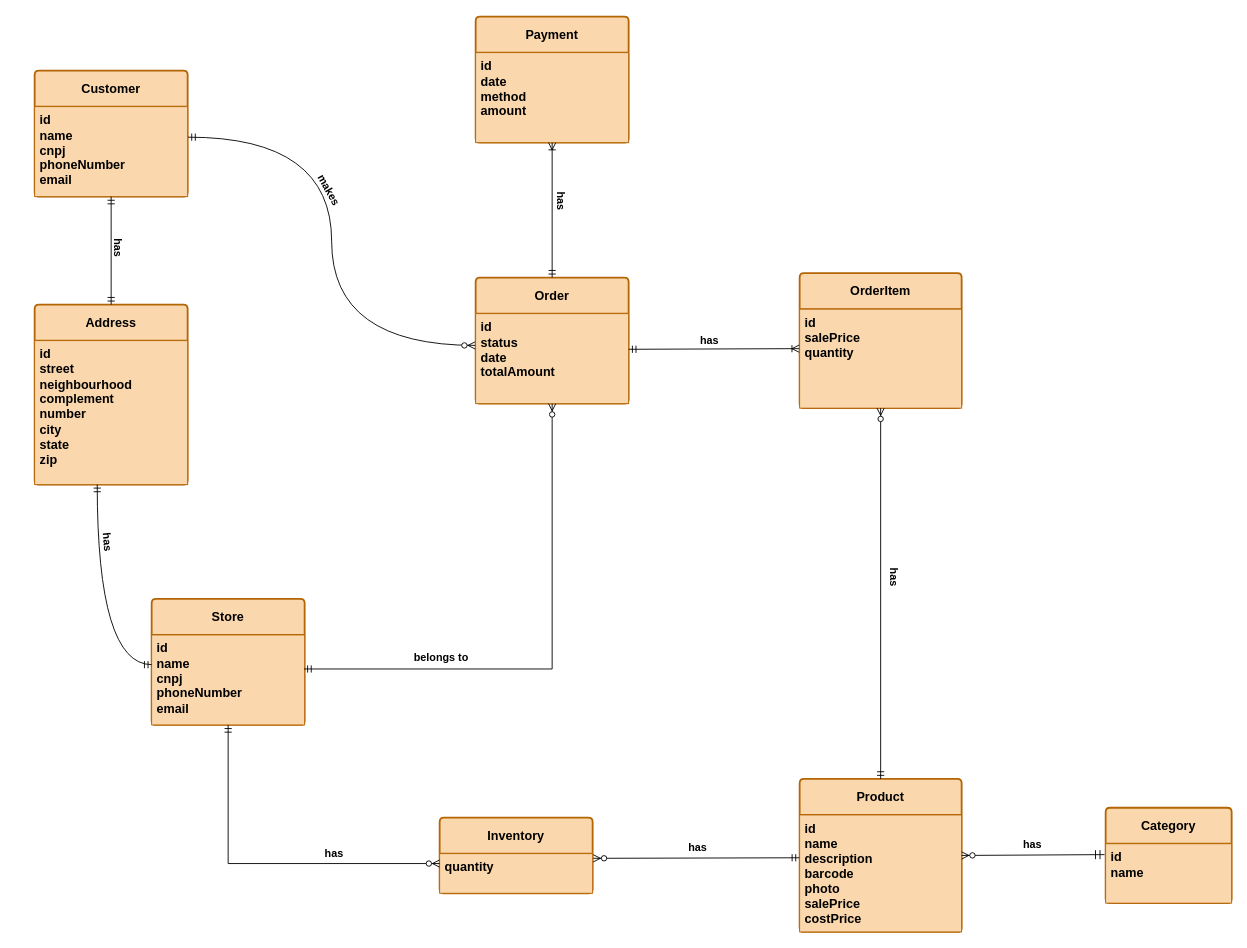
This is database/ER Diagram/logical_data_model/logical_data_model.drawio from lucasferreira09/Store_Management_System, a draw.io file, before an edit. Source tidied: cells renumbered, new cells numbered last; positions are measured from the earlier drawing's top-left corner, leaving out a move shared by most shapes. Both pictures are drawn from the tidied source at 90%, with x=0, y=0 at pixel (34, 16).
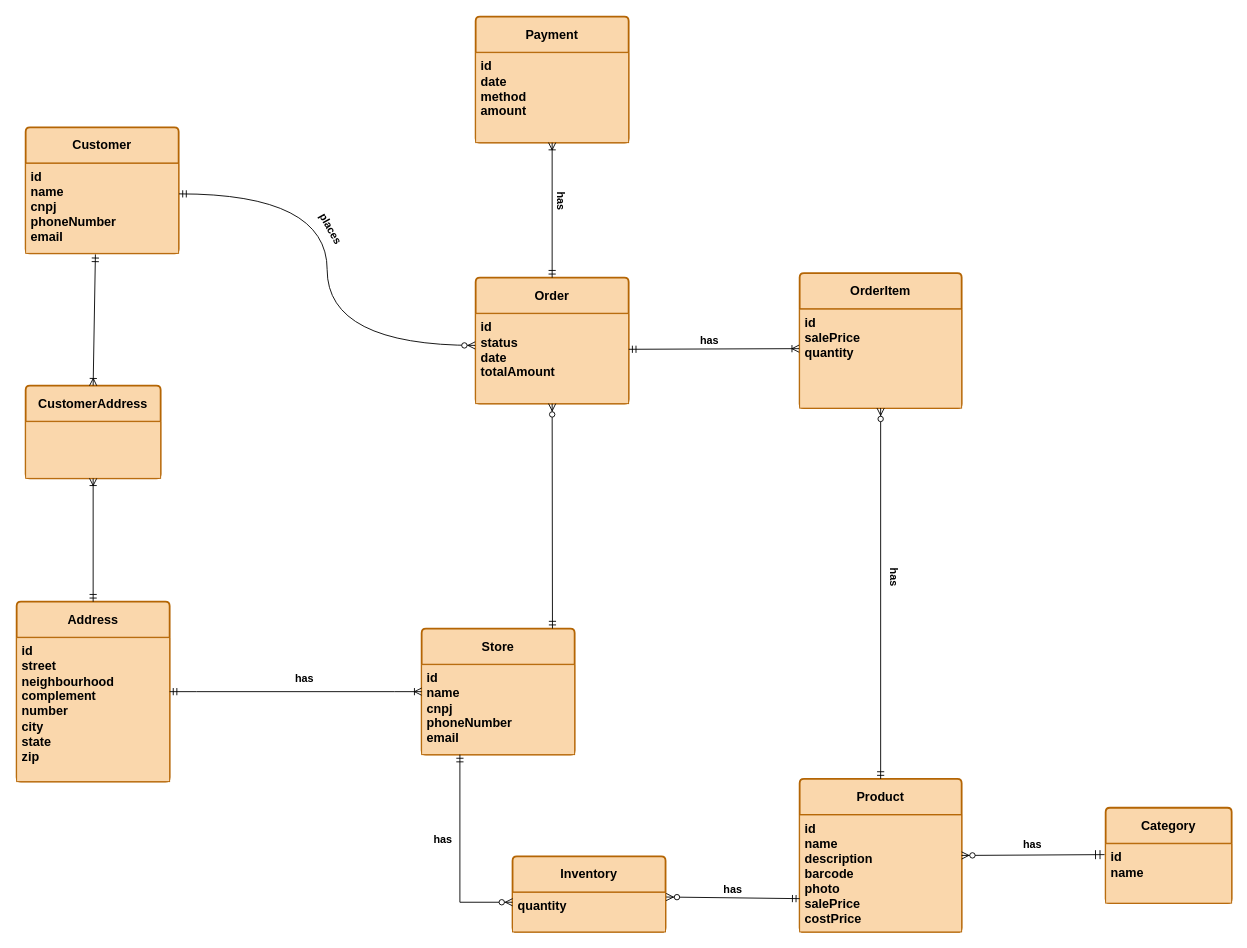
The same diagram, later.

The change refers to these unchanged cells:
```xml
<mxCell id="3" value="id&lt;br&gt;name&lt;div&gt;cnpj&lt;/div&gt;&lt;div&gt;phoneNumber&lt;/div&gt;&lt;div&gt;email&lt;/div&gt;" style="align=left;spacingLeft=4;spacingRight=4;fontSize=14;verticalAlign=top;html=1;whiteSpace=wrap;fontStyle=1;labelBackgroundColor=none;fillColor=#fad7ac;strokeColor=#b46504;" parent="2" vertex="1">
  <mxGeometry y="40" width="170" height="100" as="geometry" />
</mxCell>
<mxCell id="5" value="id&lt;br&gt;street&lt;div&gt;neighbourhood&lt;/div&gt;&lt;div&gt;complement&lt;/div&gt;&lt;div&gt;number&lt;/div&gt;&lt;div&gt;city&lt;/div&gt;&lt;div&gt;state&lt;/div&gt;&lt;div&gt;zip&lt;/div&gt;" style="align=left;spacingLeft=4;spacingRight=4;fontSize=14;verticalAlign=top;html=1;whiteSpace=wrap;fontStyle=1;fillColor=#fad7ac;strokeColor=#b46504;" parent="4" vertex="1">
  <mxGeometry y="40" width="170" height="160" as="geometry" />
</mxCell>
<mxCell id="7" value="id&lt;br&gt;name&lt;div&gt;cnpj&lt;/div&gt;&lt;div&gt;phoneNumber&lt;/div&gt;&lt;div&gt;email&lt;/div&gt;" style="align=left;spacingLeft=4;spacingRight=4;fontSize=14;verticalAlign=top;html=1;whiteSpace=wrap;fontStyle=1;fillColor=#fad7ac;strokeColor=#b46504;" parent="6" vertex="1">
  <mxGeometry y="40" width="170" height="100" as="geometry" />
</mxCell>
<mxCell id="10" value="Order" style="swimlane;horizontal=1;startSize=40;rounded=1;fontSize=14;fontStyle=1;strokeWidth=2;shadow=0;dashed=0;align=center;arcSize=4;whiteSpace=wrap;html=1;fillStyle=auto;fontFamily=Helvetica;fillColor=#fad7ac;strokeColor=#b46504;" parent="1" vertex="1">
  <mxGeometry x="490" y="290" width="170" height="140" as="geometry" />
</mxCell>
<mxCell id="15" value="&lt;div&gt;&lt;span style=&quot;background-color: transparent; color: light-dark(rgb(0, 0, 0), rgb(255, 255, 255));&quot;&gt;quantity&lt;/span&gt;&lt;/div&gt;&lt;div&gt;&lt;br&gt;&lt;/div&gt;" style="align=left;spacingLeft=4;spacingRight=4;fontSize=14;verticalAlign=top;html=1;whiteSpace=wrap;fontStyle=1;fillColor=#fad7ac;strokeColor=#b46504;" parent="14" vertex="1">
  <mxGeometry y="40" width="170" height="44" as="geometry" />
</mxCell>
<mxCell id="17" value="&lt;div&gt;id&lt;/div&gt;&lt;div&gt;name&lt;/div&gt;&lt;div&gt;description&lt;/div&gt;&lt;div&gt;barcode&lt;/div&gt;&lt;div&gt;photo&lt;/div&gt;&lt;div&gt;salePrice&lt;/div&gt;&lt;div&gt;costPrice&lt;/div&gt;" style="align=left;spacingLeft=4;spacingRight=4;fontSize=14;verticalAlign=top;html=1;whiteSpace=wrap;fontStyle=1;fillColor=#fad7ac;strokeColor=#b46504;" parent="16" vertex="1">
  <mxGeometry y="40" width="180" height="130" as="geometry" />
</mxCell>
<mxCell id="19" value="&lt;div&gt;id&lt;/div&gt;&lt;div&gt;name&lt;/div&gt;" style="align=left;spacingLeft=4;spacingRight=4;fontSize=14;verticalAlign=top;html=1;whiteSpace=wrap;fontStyle=1;fillColor=#fad7ac;strokeColor=#b46504;" parent="18" vertex="1">
  <mxGeometry y="40" width="140" height="66" as="geometry" />
</mxCell>
```

Change to the diagram source:
```diff
@@
     <mxCell id="2" value="Store" style="swimlane;horizontal=1;startSize=40;rounded=1;fontSize=14;fontStyle=1;strokeWidth=2;shadow=0;dashed=0;align=center;arcSize=4;whiteSpace=wrap;html=1;fillStyle=auto;fontFamily=Helvetica;labelBackgroundColor=none;fillColor=#fad7ac;strokeColor=#b46504;" parent="1" vertex="1">
-      <mxGeometry x="130" y="647" width="170" height="140" as="geometry" />
+      <mxGeometry x="430" y="680" width="170" height="140" as="geometry" />
     </mxCell>
@@
     <mxCell id="4" value="Address" style="swimlane;horizontal=1;startSize=40;rounded=1;fontSize=14;fontStyle=1;strokeWidth=2;shadow=0;dashed=0;align=center;arcSize=4;whiteSpace=wrap;html=1;fillStyle=auto;fontFamily=Helvetica;fillColor=#fad7ac;strokeColor=#b46504;" parent="1" vertex="1">
-      <mxGeometry y="320" width="170" height="200" as="geometry" />
+      <mxGeometry x="-20" y="650" width="170" height="200" as="geometry" />
     </mxCell>
@@
     <mxCell id="6" value="Customer" style="swimlane;horizontal=1;startSize=40;rounded=1;fontSize=14;fontStyle=1;strokeWidth=2;shadow=0;dashed=0;align=center;arcSize=4;whiteSpace=wrap;html=1;fillStyle=auto;fontFamily=Helvetica;fillColor=#fad7ac;strokeColor=#b46504;" parent="1" vertex="1">
-      <mxGeometry y="60" width="170" height="140" as="geometry" />
+      <mxGeometry x="-10" y="123" width="170" height="140" as="geometry" />
     </mxCell>
@@
     <mxCell id="14" value="Inventory" style="swimlane;horizontal=1;startSize=40;rounded=1;fontSize=14;fontStyle=1;strokeWidth=2;shadow=0;dashed=0;align=center;arcSize=4;whiteSpace=wrap;html=1;fillStyle=auto;fontFamily=Helvetica;fillColor=#fad7ac;strokeColor=#b46504;glass=0;swimlaneLine=1;" parent="1" vertex="1">
-      <mxGeometry x="450" y="890" width="170" height="84" as="geometry" />
+      <mxGeometry x="531" y="933" width="170" height="84" as="geometry" />
     </mxCell>
@@
-    <mxCell id="20" style="fontSize=12;html=1;endArrow=ERmandOne;startArrow=ERmandOne;rounded=0;strokeColor=default;entryX=0.409;entryY=0.999;entryDx=0;entryDy=0;entryPerimeter=0;edgeStyle=orthogonalEdgeStyle;curved=1;exitX=0;exitY=0.33;exitDx=0;exitDy=0;exitPerimeter=0;" parent="1" edge="1" source="3" target="5">
-      <mxGeometry relative="1" as="geometry">
-        <Array as="points">
-          <mxPoint x="69" y="720" />
-        </Array>
-      </mxGeometry>
-    </mxCell>
-    <mxCell id="21" style="fontSize=12;html=1;endArrow=ERzeroToMany;startArrow=ERmandOne;rounded=0;exitX=0.5;exitY=1;exitDx=0;exitDy=0;entryX=0;entryY=0.25;entryDx=0;entryDy=0;edgeStyle=orthogonalEdgeStyle;" parent="1" edge="1" source="2" target="15">
-      <mxGeometry relative="1" as="geometry" />
-    </mxCell>
-    <mxCell id="22" style="fontSize=12;html=1;endArrow=ERzeroToMany;startArrow=ERmandOne;rounded=0;exitX=-0.002;exitY=0.366;exitDx=0;exitDy=0;exitPerimeter=0;entryX=1.004;entryY=0.118;entryDx=0;entryDy=0;entryPerimeter=0;" parent="1" edge="1" source="17" target="15">
-      <mxGeometry relative="1" as="geometry" />
-    </mxCell>
-    <mxCell id="23" style="fontSize=12;html=1;endArrow=ERzeroToMany;startArrow=ERmandOne;rounded=0;jumpSize=14;startSize=8;exitX=-0.009;exitY=0.183;exitDx=0;exitDy=0;exitPerimeter=0;" parent="1" edge="1" source="19">
-      <mxGeometry relative="1" as="geometry">
-        <mxPoint x="1030" y="932" as="targetPoint" />
-      </mxGeometry>
-    </mxCell>
-    <mxCell id="24" style="fontSize=12;html=1;endArrow=ERmandOne;startArrow=ERmandOne;rounded=0;entryX=0.5;entryY=1;entryDx=0;entryDy=0;exitX=0.5;exitY=0;exitDx=0;exitDy=0;" parent="1" edge="1" source="4" target="7">
-      <mxGeometry relative="1" as="geometry" />
-    </mxCell>
+    <mxCell id="40" style="fontSize=12;html=1;endArrow=ERzeroToMany;startArrow=ERmandOne;rounded=0;exitX=0.25;exitY=1;exitDx=0;exitDy=0;entryX=0;entryY=0.25;entryDx=0;entryDy=0;edgeStyle=orthogonalEdgeStyle;" parent="1" edge="1" source="3" target="15">
+      <mxGeometry relative="1" as="geometry" />
+    </mxCell>
+    <mxCell id="41" style="fontSize=12;html=1;endArrow=ERzeroToMany;startArrow=ERmandOne;rounded=0;entryX=1.004;entryY=0.118;entryDx=0;entryDy=0;entryPerimeter=0;" parent="1" edge="1" target="15">
+      <mxGeometry relative="1" as="geometry">
+        <mxPoint x="850" y="980" as="sourcePoint" />
+      </mxGeometry>
+    </mxCell>
+    <mxCell id="42" style="fontSize=12;html=1;endArrow=ERzeroToMany;startArrow=ERmandOne;rounded=0;jumpSize=14;startSize=8;exitX=-0.009;exitY=0.183;exitDx=0;exitDy=0;exitPerimeter=0;" parent="1" edge="1" source="19">
+      <mxGeometry relative="1" as="geometry">
+        <mxPoint x="1030" y="932" as="targetPoint" />
+      </mxGeometry>
+    </mxCell>
@@
-    <mxCell id="26" style="fontSize=12;html=1;endArrow=ERzeroToMany;startArrow=ERmandOne;rounded=0;exitX=0.996;exitY=0.378;exitDx=0;exitDy=0;entryX=0.5;entryY=1;entryDx=0;entryDy=0;exitPerimeter=0;edgeStyle=orthogonalEdgeStyle;" parent="1" edge="1" source="3" target="10">
-      <mxGeometry relative="1" as="geometry" />
-    </mxCell>
+    <mxCell id="43" style="fontSize=12;html=1;endArrow=ERzeroToMany;startArrow=ERmandOne;rounded=0;entryX=0.5;entryY=1;entryDx=0;entryDy=0;exitX=0.855;exitY=-0.001;exitDx=0;exitDy=0;exitPerimeter=0;" parent="1" edge="1" source="2" target="10">
+      <mxGeometry relative="1" as="geometry" />
+    </mxCell>
@@
-    <mxCell id="30" value="&lt;b&gt;belongs to&lt;/b&gt;" style="text;html=1;whiteSpace=wrap;strokeColor=none;fillColor=none;align=center;verticalAlign=middle;rounded=0;shadow=1;" parent="1" vertex="1">
-      <mxGeometry x="416" y="698" width="72" height="30" as="geometry" />
-    </mxCell>
-    <mxCell id="31" value="&lt;b&gt;makes&lt;/b&gt;" style="text;html=1;whiteSpace=wrap;strokeColor=none;fillColor=none;align=center;verticalAlign=middle;rounded=0;rotation=61;shadow=1;" parent="1" vertex="1">
-      <mxGeometry x="297" y="178" width="60" height="30" as="geometry" />
-    </mxCell>
-    <mxCell id="32" value="&lt;b&gt;has&lt;/b&gt;" style="text;html=1;whiteSpace=wrap;strokeColor=none;fillColor=none;align=center;verticalAlign=middle;rounded=0;rotation=90;" parent="1" vertex="1">
-      <mxGeometry x="555" y="190" width="60" height="30" as="geometry" />
-    </mxCell>
-    <mxCell id="33" value="&lt;b&gt;has&lt;/b&gt;" style="text;html=1;whiteSpace=wrap;strokeColor=none;fillColor=none;align=center;verticalAlign=middle;rounded=0;rotation=85;" parent="1" vertex="1">
-      <mxGeometry x="45" y="574" width="72" height="20" as="geometry" />
-    </mxCell>
-    <mxCell id="34" value="&lt;b&gt;has&lt;/b&gt;" style="text;html=1;whiteSpace=wrap;strokeColor=none;fillColor=none;align=center;verticalAlign=middle;rounded=0;shadow=1;" parent="1" vertex="1">
-      <mxGeometry x="297" y="915" width="72" height="30" as="geometry" />
-    </mxCell>
-    <mxCell id="35" value="&lt;b&gt;has&lt;/b&gt;" style="text;html=1;whiteSpace=wrap;strokeColor=none;fillColor=none;align=center;verticalAlign=middle;rounded=0;shadow=1;" parent="1" vertex="1">
-      <mxGeometry x="701" y="909" width="72" height="30" as="geometry" />
-    </mxCell>
-    <mxCell id="36" value="&lt;b&gt;has&lt;/b&gt;" style="text;html=1;whiteSpace=wrap;strokeColor=none;fillColor=none;align=center;verticalAlign=middle;rounded=0;rotation=0;shadow=1;" parent="1" vertex="1">
-      <mxGeometry x="720" y="345" width="60" height="30" as="geometry" />
-    </mxCell>
-    <mxCell id="37" value="&lt;b&gt;has&lt;/b&gt;" style="text;html=1;whiteSpace=wrap;strokeColor=none;fillColor=none;align=center;verticalAlign=middle;rounded=0;shadow=1;" parent="1" vertex="1">
-      <mxGeometry x="1073" y="905" width="72" height="30" as="geometry" />
-    </mxCell>
-    <mxCell id="38" value="&lt;b&gt;has&lt;/b&gt;" style="text;html=1;whiteSpace=wrap;strokeColor=none;fillColor=none;align=center;verticalAlign=middle;rounded=0;rotation=90;" parent="1" vertex="1">
-      <mxGeometry x="57" y="247" width="72" height="20" as="geometry" />
-    </mxCell>
+    <mxCell id="44" value="&lt;b&gt;places&lt;/b&gt;" style="text;html=1;whiteSpace=wrap;strokeColor=none;fillColor=none;align=center;verticalAlign=middle;rounded=0;rotation=61;shadow=1;" parent="1" vertex="1">
+      <mxGeometry x="299" y="221" width="60" height="30" as="geometry" />
+    </mxCell>
+    <mxCell id="45" value="&lt;b&gt;has&lt;/b&gt;" style="text;html=1;whiteSpace=wrap;strokeColor=none;fillColor=none;align=center;verticalAlign=middle;rounded=0;rotation=90;" parent="1" vertex="1">
+      <mxGeometry x="555" y="190" width="60" height="30" as="geometry" />
+    </mxCell>
+    <mxCell id="46" value="&lt;b&gt;has&lt;/b&gt;" style="text;html=1;whiteSpace=wrap;strokeColor=none;fillColor=none;align=center;verticalAlign=middle;rounded=0;shadow=1;" parent="1" vertex="1">
+      <mxGeometry x="418" y="900" width="72" height="30" as="geometry" />
+    </mxCell>
+    <mxCell id="47" value="&lt;b&gt;has&lt;/b&gt;" style="text;html=1;whiteSpace=wrap;strokeColor=none;fillColor=none;align=center;verticalAlign=middle;rounded=0;shadow=1;" parent="1" vertex="1">
+      <mxGeometry x="740" y="955" width="72" height="30" as="geometry" />
+    </mxCell>
+    <mxCell id="48" value="&lt;b&gt;has&lt;/b&gt;" style="text;html=1;whiteSpace=wrap;strokeColor=none;fillColor=none;align=center;verticalAlign=middle;rounded=0;rotation=0;shadow=1;" parent="1" vertex="1">
+      <mxGeometry x="720" y="345" width="60" height="30" as="geometry" />
+    </mxCell>
+    <mxCell id="49" value="&lt;b&gt;has&lt;/b&gt;" style="text;html=1;whiteSpace=wrap;strokeColor=none;fillColor=none;align=center;verticalAlign=middle;rounded=0;shadow=1;" parent="1" vertex="1">
+      <mxGeometry x="1073" y="905" width="72" height="30" as="geometry" />
+    </mxCell>
@@
+    <mxCell id="50" value="CustomerAddress" style="swimlane;horizontal=1;startSize=40;rounded=1;fontSize=14;fontStyle=1;strokeWidth=2;shadow=0;dashed=0;align=center;arcSize=4;whiteSpace=wrap;html=1;fillStyle=auto;fontFamily=Helvetica;fillColor=#fad7ac;strokeColor=#b46504;" parent="1" vertex="1">
+      <mxGeometry x="-10" y="410" width="150" height="103" as="geometry" />
+    </mxCell>
+    <mxCell id="51" style="align=left;spacingLeft=4;spacingRight=4;fontSize=14;verticalAlign=top;html=1;whiteSpace=wrap;fontStyle=1;fillColor=#fad7ac;strokeColor=#b46504;" parent="50" vertex="1">
+      <mxGeometry y="40" width="150" height="63" as="geometry" />
+    </mxCell>
+    <mxCell id="52" style="edgeStyle=entityRelationEdgeStyle;fontSize=12;html=1;endArrow=ERoneToMany;startArrow=ERmandOne;rounded=0;exitX=1;exitY=0.5;exitDx=0;exitDy=0;entryX=0;entryY=0.5;entryDx=0;entryDy=0;" parent="1" edge="1" source="4" target="2">
+      <mxGeometry relative="1" as="geometry" />
+    </mxCell>
+    <mxCell id="53" style="fontSize=12;html=1;endArrow=ERoneToMany;startArrow=ERmandOne;rounded=0;entryX=0.5;entryY=0;entryDx=0;entryDy=0;exitX=0.456;exitY=1.012;exitDx=0;exitDy=0;exitPerimeter=0;" parent="1" edge="1" source="7" target="50">
+      <mxGeometry relative="1" as="geometry" />
+    </mxCell>
+    <mxCell id="54" style="fontSize=12;html=1;endArrow=ERoneToMany;startArrow=ERmandOne;rounded=0;entryX=0.5;entryY=1;entryDx=0;entryDy=0;exitX=0.5;exitY=0;exitDx=0;exitDy=0;" parent="1" edge="1" source="4" target="50">
+      <mxGeometry relative="1" as="geometry" />
+    </mxCell>
+    <mxCell id="55" value="&lt;b&gt;has&lt;/b&gt;" style="text;html=1;whiteSpace=wrap;strokeColor=none;fillColor=none;align=center;verticalAlign=middle;rounded=0;rotation=0;shadow=1;" parent="1" vertex="1">
+      <mxGeometry x="270" y="721" width="60" height="30" as="geometry" />
+    </mxCell>
```
